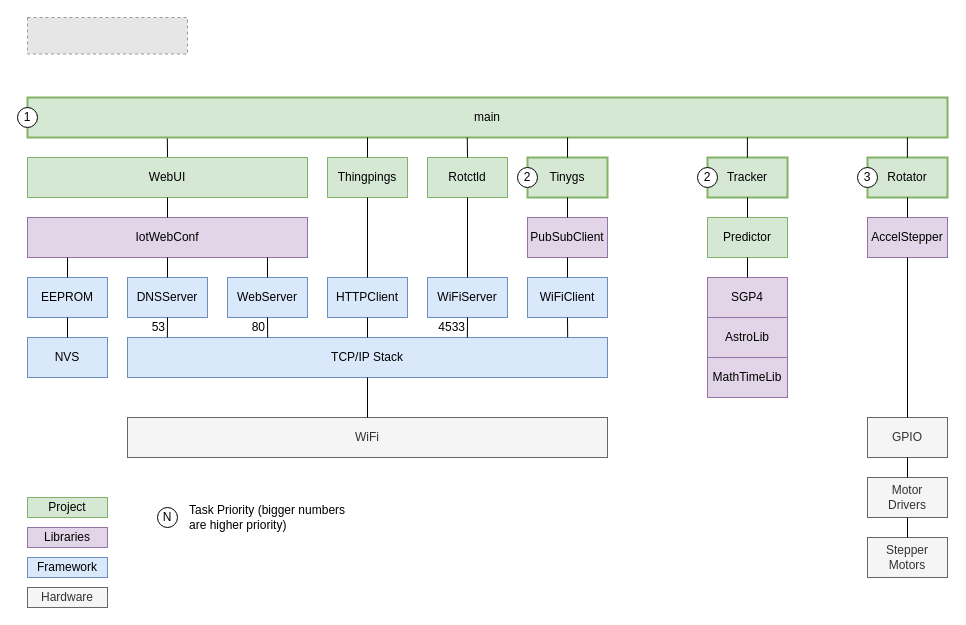
Above: assets/architecture.drawio in mdkendall/Orbitrakr (draw.io), before the change. Source tidied: cells renumbered, new cells numbered last; positions are measured from the earlier drawing's top-left corner, leaving out a move shared by most shapes. Both pictures are drawn from the tidied source at 100%, with x=0, y=0 at pixel (17, 17). Pictures stored in the file or linked from it are replaced by grey dashed boxes.
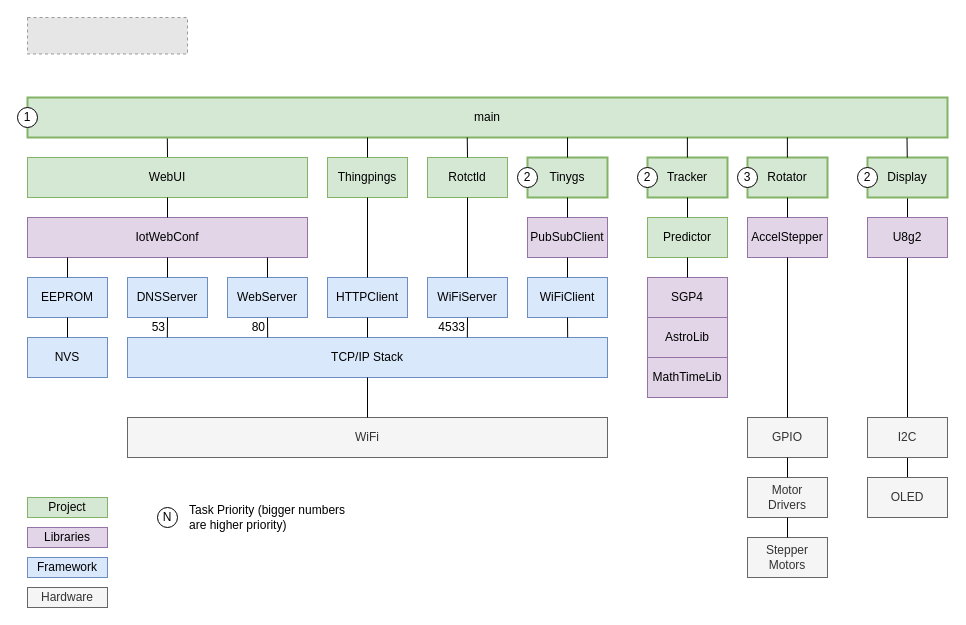
Above is the later version.

Commit message (it also covers changes not shown here):
Update architecture diagram to add display

Unchanged cells that the change refers to:
```xml
<mxCell id="3" value="main" style="rounded=0;whiteSpace=wrap;html=1;fillColor=#d5e8d4;strokeColor=#82b366;strokeWidth=2;" parent="1" vertex="1">
  <mxGeometry x="10" y="80" width="920" height="40" as="geometry" />
</mxCell>
```

The edit, as a diff of the source:
```diff
@@
     <mxCell id="11" value="Motor&lt;br&gt;Drivers" style="rounded=0;whiteSpace=wrap;html=1;fillColor=#f5f5f5;strokeColor=#666666;fontColor=#333333;" parent="1" vertex="1">
-      <mxGeometry x="850" y="460" width="80" height="40" as="geometry" />
+      <mxGeometry x="730" y="460" width="80" height="40" as="geometry" />
     </mxCell>
     <mxCell id="12" value="Stepper&lt;br&gt;Motors" style="rounded=0;whiteSpace=wrap;html=1;fillColor=#f5f5f5;strokeColor=#666666;fontColor=#333333;" parent="1" vertex="1">
-      <mxGeometry x="850" y="520" width="80" height="40" as="geometry" />
+      <mxGeometry x="730" y="520" width="80" height="40" as="geometry" />
     </mxCell>
     <mxCell id="13" value="GPIO" style="rounded=0;whiteSpace=wrap;html=1;fillColor=#f5f5f5;strokeColor=#666666;fontColor=#333333;" parent="1" vertex="1">
-      <mxGeometry x="850" y="400" width="80" height="40" as="geometry" />
+      <mxGeometry x="730" y="400" width="80" height="40" as="geometry" />
     </mxCell>
     <mxCell id="14" value="AccelStepper" style="rounded=0;whiteSpace=wrap;html=1;fillColor=#e1d5e7;strokeColor=#9673a6;" parent="1" vertex="1">
-      <mxGeometry x="850" y="200" width="80" height="40" as="geometry" />
+      <mxGeometry x="730" y="200" width="80" height="40" as="geometry" />
     </mxCell>
     <mxCell id="15" value="Rotator" style="rounded=0;whiteSpace=wrap;html=1;fillColor=#d5e8d4;strokeColor=#82b366;strokeWidth=2;" parent="1" vertex="1">
-      <mxGeometry x="850" y="140" width="80" height="40" as="geometry" />
+      <mxGeometry x="730" y="140" width="80" height="40" as="geometry" />
     </mxCell>
@@
     <mxCell id="25" value="SGP4" style="rounded=0;whiteSpace=wrap;html=1;fillColor=#e1d5e7;strokeColor=#9673a6;" parent="1" vertex="1">
-      <mxGeometry x="690" y="260" width="80" height="40" as="geometry" />
+      <mxGeometry x="630" y="260" width="80" height="40" as="geometry" />
     </mxCell>
     <mxCell id="26" value="Predictor" style="rounded=0;whiteSpace=wrap;html=1;fillColor=#d5e8d4;strokeColor=#82b366;" parent="1" vertex="1">
-      <mxGeometry x="690" y="200" width="80" height="40" as="geometry" />
+      <mxGeometry x="630" y="200" width="80" height="40" as="geometry" />
     </mxCell>
@@
     <mxCell id="29" value="Tracker" style="rounded=0;whiteSpace=wrap;html=1;fillColor=#d5e8d4;strokeColor=#82b366;strokeWidth=2;" parent="1" vertex="1">
-      <mxGeometry x="690" y="140" width="80" height="40" as="geometry" />
+      <mxGeometry x="630" y="140" width="80" height="40" as="geometry" />
     </mxCell>
     <mxCell id="30" value="AstroLib" style="rounded=0;whiteSpace=wrap;html=1;fillColor=#e1d5e7;strokeColor=#9673a6;" parent="1" vertex="1">
-      <mxGeometry x="690" y="300" width="80" height="40" as="geometry" />
+      <mxGeometry x="630" y="300" width="80" height="40" as="geometry" />
     </mxCell>
     <mxCell id="31" value="MathTimeLib" style="rounded=0;whiteSpace=wrap;html=1;fillColor=#e1d5e7;strokeColor=#9673a6;" parent="1" vertex="1">
-      <mxGeometry x="690" y="340" width="80" height="40" as="geometry" />
+      <mxGeometry x="630" y="340" width="80" height="40" as="geometry" />
     </mxCell>
     <mxCell id="32" value="3" style="ellipse;whiteSpace=wrap;html=1;" parent="1" vertex="1">
-      <mxGeometry x="840" y="150" width="20" height="20" as="geometry" />
+      <mxGeometry x="720" y="150" width="20" height="20" as="geometry" />
     </mxCell>
@@
     <mxCell id="35" value="2" style="ellipse;whiteSpace=wrap;html=1;" parent="1" vertex="1">
-      <mxGeometry x="680" y="150" width="20" height="20" as="geometry" />
+      <mxGeometry x="620" y="150" width="20" height="20" as="geometry" />
     </mxCell>
@@
     <mxCell id="61" style="endArrow=none;html=1;rounded=0;exitX=0.5;exitY=0;exitDx=0;exitDy=0;" parent="1" edge="1" source="25">
       <mxGeometry relative="1" as="geometry">
-        <mxPoint x="730" y="240" as="targetPoint" />
+        <mxPoint x="670" y="240" as="targetPoint" />
       </mxGeometry>
     </mxCell>
     <mxCell id="62" style="endArrow=none;html=1;rounded=0;entryX=0.5;entryY=1;entryDx=0;entryDy=0;exitX=0.5;exitY=0;exitDx=0;exitDy=0;" parent="1" edge="1">
       <mxGeometry relative="1" as="geometry">
-        <mxPoint x="729.9" y="140" as="sourcePoint" />
-        <mxPoint x="729.9" y="120" as="targetPoint" />
+        <mxPoint x="669.9" y="140" as="sourcePoint" />
+        <mxPoint x="669.9" y="120" as="targetPoint" />
       </mxGeometry>
     </mxCell>
     <mxCell id="63" style="endArrow=none;html=1;rounded=0;entryX=0.5;entryY=1;entryDx=0;entryDy=0;exitX=0.5;exitY=0;exitDx=0;exitDy=0;" parent="1" edge="1">
       <mxGeometry relative="1" as="geometry">
-        <mxPoint x="889.9" y="140" as="sourcePoint" />
-        <mxPoint x="889.9" y="120" as="targetPoint" />
+        <mxPoint x="769.9" y="140" as="sourcePoint" />
+        <mxPoint x="769.9" y="120" as="targetPoint" />
       </mxGeometry>
     </mxCell>
@@
+    <mxCell id="69" style="rounded=0;jettySize=auto;html=1;endArrow=none;endFill=0;" parent="1" edge="1" source="70" target="72">
+      <mxGeometry relative="1" as="geometry" />
+    </mxCell>
+    <mxCell id="70" value="Display" style="rounded=0;whiteSpace=wrap;html=1;fillColor=#d5e8d4;strokeColor=#82b366;strokeWidth=2;" parent="1" vertex="1">
+      <mxGeometry x="850" y="140" width="80" height="40" as="geometry" />
+    </mxCell>
+    <mxCell id="71" style="rounded=0;jettySize=auto;html=1;endArrow=none;endFill=0;" parent="1" edge="1" source="72" target="74">
+      <mxGeometry relative="1" as="geometry" />
+    </mxCell>
+    <mxCell id="72" value="U8g2" style="rounded=0;whiteSpace=wrap;html=1;fillColor=#e1d5e7;strokeColor=#9673a6;" parent="1" vertex="1">
+      <mxGeometry x="850" y="200" width="80" height="40" as="geometry" />
+    </mxCell>
+    <mxCell id="73" style="rounded=0;jettySize=auto;html=1;endArrow=none;endFill=0;" parent="1" edge="1" source="74" target="75">
+      <mxGeometry relative="1" as="geometry" />
+    </mxCell>
+    <mxCell id="74" value="I2C" style="rounded=0;whiteSpace=wrap;html=1;fillColor=#f5f5f5;strokeColor=#666666;fontColor=#333333;" parent="1" vertex="1">
+      <mxGeometry x="850" y="400" width="80" height="40" as="geometry" />
+    </mxCell>
+    <mxCell id="75" value="OLED" style="rounded=0;whiteSpace=wrap;html=1;fillColor=#f5f5f5;strokeColor=#666666;fontColor=#333333;" parent="1" vertex="1">
+      <mxGeometry x="850" y="460" width="80" height="40" as="geometry" />
+    </mxCell>
+    <mxCell id="76" style="endArrow=none;html=1;rounded=0;entryX=0.956;entryY=1.008;entryDx=0;entryDy=0;entryPerimeter=0;" parent="1" edge="1" source="70" target="3">
+      <mxGeometry relative="1" as="geometry" />
+    </mxCell>
+    <mxCell id="77" value="2" style="ellipse;whiteSpace=wrap;html=1;" parent="1" vertex="1">
+      <mxGeometry x="840" y="150" width="20" height="20" as="geometry" />
+    </mxCell>
```
